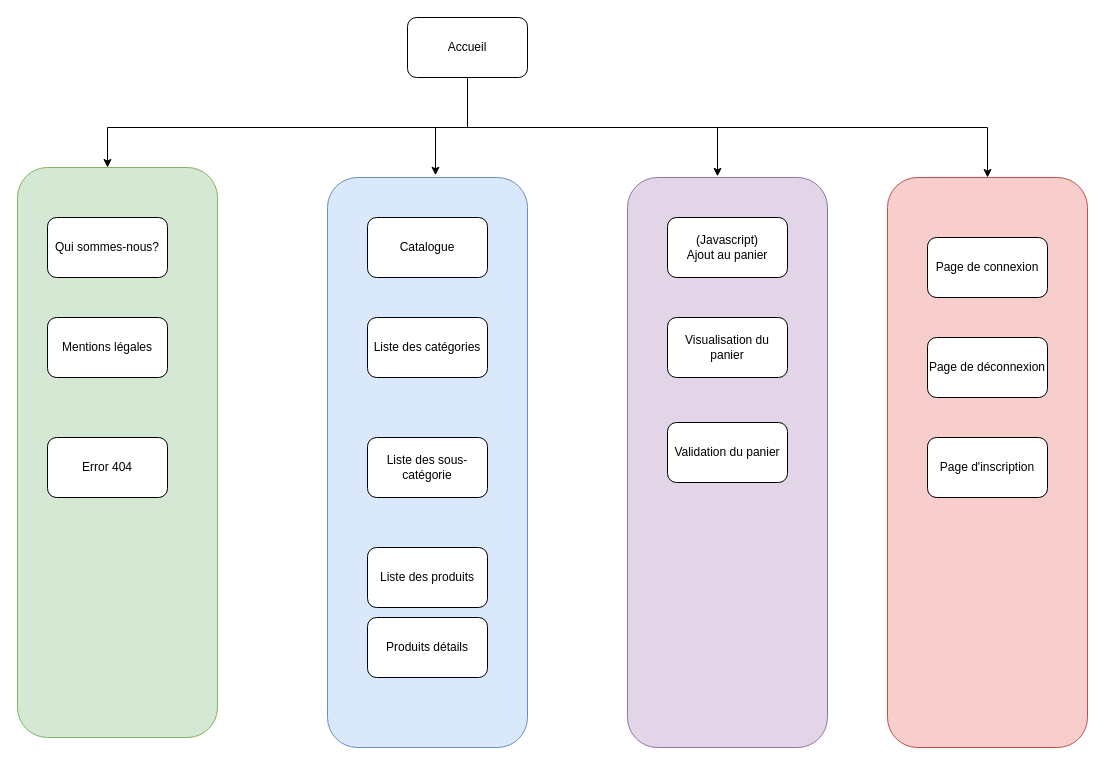
Earlier version of the draw.io diagram 00- Filrouge/Graphe de navigation.drawio (zeldacod5/CDA). Source tidied: cells renumbered, new cells numbered last; positions are measured from the earlier drawing's top-left corner, leaving out a move shared by most shapes. Both pictures are drawn from the tidied source at 100%, with x=0, y=0 at pixel (17, 17).
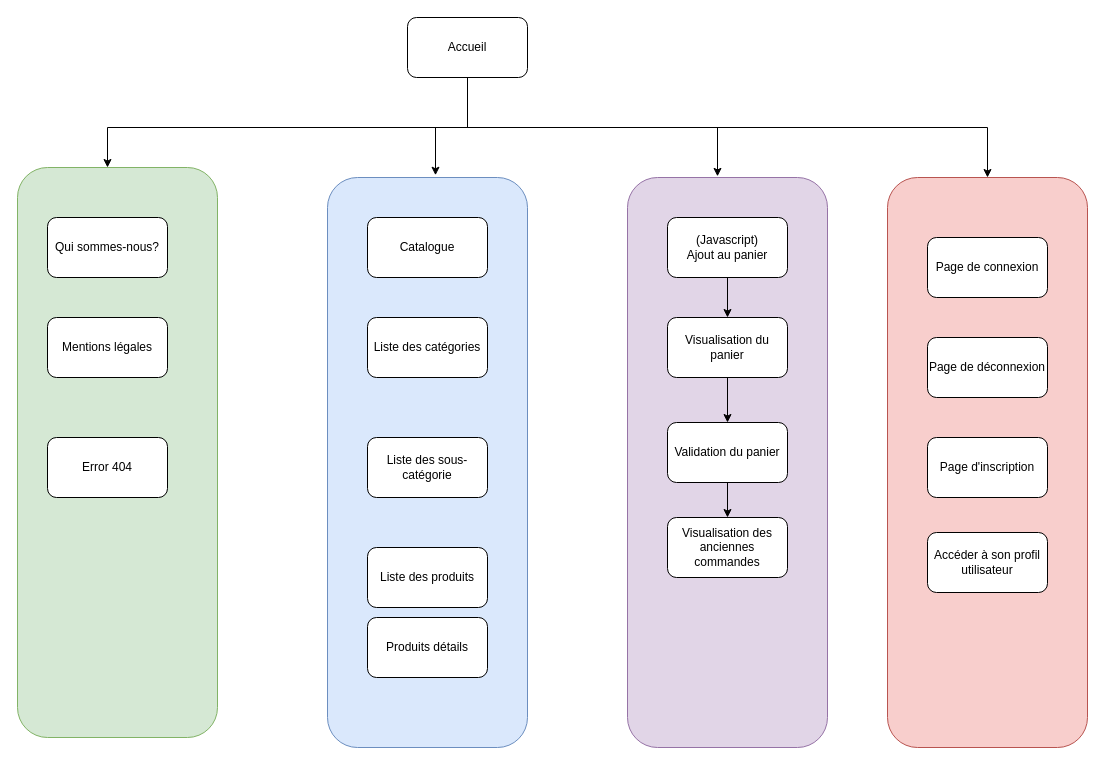
The same diagram, later.

Commit message:
Mettre à jour Graphe de navigation.drawio

Unchanged cells that the change refers to:
```xml
<mxCell id="14" value="&lt;div&gt;(Javascript)&lt;/div&gt;&lt;div&gt;Ajout au panier&lt;br&gt;&lt;/div&gt;" style="rounded=1;whiteSpace=wrap;html=1;" parent="1" vertex="1">
  <mxGeometry x="650" y="200" width="120" height="60" as="geometry" />
</mxCell>
<mxCell id="22" value="Visualisation du panier" style="rounded=1;whiteSpace=wrap;html=1;" parent="1" vertex="1">
  <mxGeometry x="650" y="300" width="120" height="60" as="geometry" />
</mxCell>
<mxCell id="23" value="Validation du panier" style="rounded=1;whiteSpace=wrap;html=1;" parent="1" vertex="1">
  <mxGeometry x="650" y="405" width="120" height="60" as="geometry" />
</mxCell>
```

Change to the diagram source:
```diff
@@
+    <mxCell id="25" style="edgeStyle=orthogonalEdgeStyle;rounded=0;jettySize=auto;html=1;" parent="1" edge="1" source="14" target="22">
+      <mxGeometry relative="1" as="geometry" />
+    </mxCell>
@@
+    <mxCell id="26" style="edgeStyle=orthogonalEdgeStyle;rounded=0;jettySize=auto;html=1;" parent="1" edge="1" source="22" target="23">
+      <mxGeometry relative="1" as="geometry" />
+    </mxCell>
@@
+    <mxCell id="27" style="edgeStyle=orthogonalEdgeStyle;rounded=0;jettySize=auto;html=1;" parent="1" edge="1" source="23" target="28">
+      <mxGeometry relative="1" as="geometry" />
+    </mxCell>
@@
+    <mxCell id="28" value="Visualisation des anciennes commandes" style="rounded=1;whiteSpace=wrap;html=1;" parent="1" vertex="1">
+      <mxGeometry x="650" y="500" width="120" height="60" as="geometry" />
+    </mxCell>
+    <mxCell id="29" value="Accéder à son profil utilisateur" style="rounded=1;whiteSpace=wrap;html=1;" parent="1" vertex="1">
+      <mxGeometry x="910" y="515" width="120" height="60" as="geometry" />
+    </mxCell>
```
